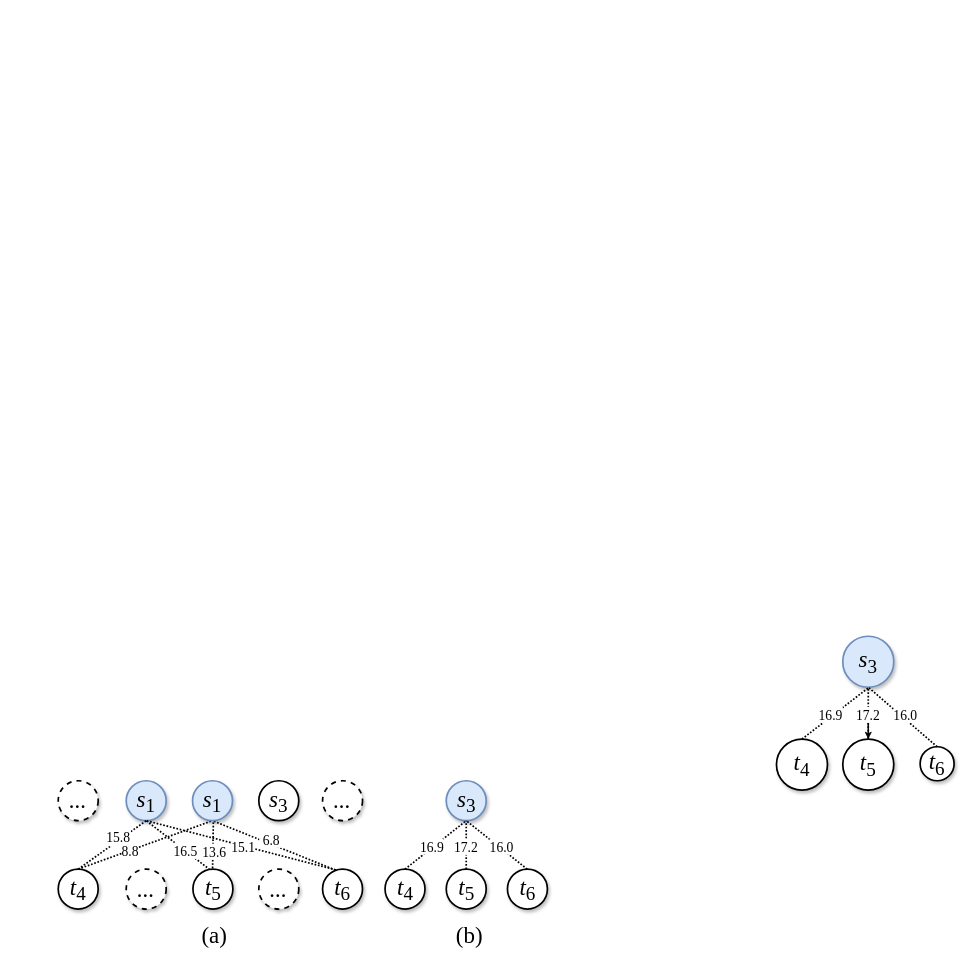
Co7in-Cheung/PCN-PyTorch keeps this draw.io diagram as page "第 2 页" (2 of 2) of 未命名绘图.drawio. Above is the earlier version. Source tidied: cells renumbered, new cells numbered last; positions are measured from the earlier drawing's top-left corner, leaving out a move shared by most shapes. Both pictures are drawn from the tidied source at 85%, with x=0, y=0 at pixel (58, 636).
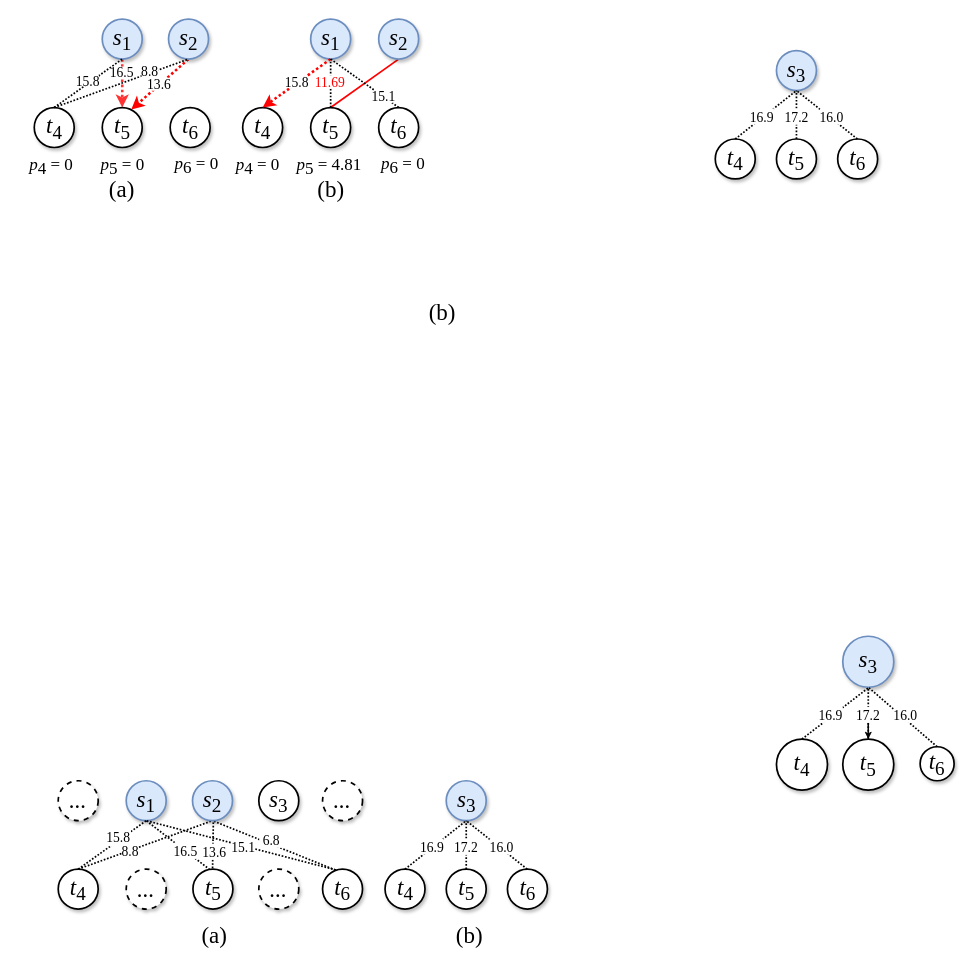
The same diagram, later.

Commit message:
更新未命名绘图.drawio

Diff of the diagram source:
```diff
@@
+    <mxCell id="49" style="endArrow=none;html=1;rounded=0;strokeWidth=2;exitX=0.5;exitY=0;exitDx=0;exitDy=0;entryX=0.5;entryY=1;entryDx=0;entryDy=0;strokeColor=#FF0000;" parent="1" edge="1" source="79" target="77">
+      <mxGeometry relative="1" as="geometry" />
+    </mxCell>
+    <mxCell id="50" style="endArrow=classic;html=1;rounded=0;exitX=0.5;exitY=1;exitDx=0;exitDy=0;entryX=0.728;entryY=0.048;entryDx=0;entryDy=0;strokeColor=#FF0000;strokeWidth=3;dashed=1;dashPattern=1 1;entryPerimeter=0;" parent="1" edge="1" source="55" target="57">
+      <mxGeometry relative="1" as="geometry" />
+    </mxCell>
+    <mxCell id="51" style="endArrow=classic;html=1;rounded=0;exitX=0.5;exitY=1;exitDx=0;exitDy=0;entryX=0.5;entryY=0;entryDx=0;entryDy=0;strokeColor=#FF3333;strokeWidth=3;dashed=1;dashPattern=1 1;" parent="1" edge="1" source="52" target="57">
+      <mxGeometry relative="1" as="geometry" />
+    </mxCell>
@@
-    <mxCell id="28" value="&lt;font style=&quot;font-size: 27px;&quot; face=&quot;Times New Roman&quot;&gt;&lt;i&gt;s&lt;/i&gt;&lt;sub&gt;1&lt;/sub&gt;&lt;/font&gt;" style="ellipse;whiteSpace=wrap;html=1;strokeWidth=2;fillColor=#dae8fc;strokeColor=#6c8ebf;shadow=1;" parent="1" vertex="1">
+    <mxCell id="28" value="&lt;font style=&quot;font-size: 27px;&quot; face=&quot;Times New Roman&quot;&gt;&lt;i&gt;s&lt;/i&gt;&lt;sub&gt;2&lt;/sub&gt;&lt;/font&gt;" style="ellipse;whiteSpace=wrap;html=1;strokeWidth=2;fillColor=#dae8fc;strokeColor=#6c8ebf;shadow=1;" parent="1" vertex="1">
       <mxGeometry x="158" y="170" width="47" height="47" as="geometry" />
     </mxCell>
@@
+    <mxCell id="52" value="&lt;font style=&quot;font-size: 27px;&quot; face=&quot;Times New Roman&quot;&gt;&lt;i&gt;s&lt;/i&gt;&lt;sub&gt;1&lt;/sub&gt;&lt;/font&gt;" style="ellipse;whiteSpace=wrap;html=1;strokeWidth=2;fillColor=#dae8fc;strokeColor=#6c8ebf;shadow=1;" parent="1" vertex="1">
+      <mxGeometry x="51.8" y="-726" width="47" height="47" as="geometry" />
+    </mxCell>
+    <mxCell id="53" value="&lt;font style=&quot;font-size: 27px;&quot; face=&quot;Times New Roman&quot;&gt;(a)&lt;/font&gt;" style="text;html=1;strokeColor=none;fillColor=#FFFFFF;align=center;verticalAlign=middle;whiteSpace=wrap;rounded=0;" parent="1" vertex="1">
+      <mxGeometry x="60.2" y="-535" width="30" height="20" as="geometry" />
+    </mxCell>
+    <mxCell id="54" value="&lt;font style=&quot;font-size: 27px;&quot; face=&quot;Times New Roman&quot;&gt;(b)&lt;/font&gt;" style="text;html=1;strokeColor=none;fillColor=#FFFFFF;align=center;verticalAlign=middle;whiteSpace=wrap;rounded=0;" parent="1" vertex="1">
+      <mxGeometry x="436.8" y="-391" width="30" height="20" as="geometry" />
+    </mxCell>
+    <mxCell id="55" value="&lt;font style=&quot;font-size: 27px;&quot; face=&quot;Times New Roman&quot;&gt;&lt;i&gt;s&lt;/i&gt;&lt;sub&gt;2&lt;/sub&gt;&lt;/font&gt;" style="ellipse;whiteSpace=wrap;html=1;strokeWidth=2;fillColor=#dae8fc;strokeColor=#6c8ebf;shadow=1;" parent="1" vertex="1">
+      <mxGeometry x="129.8" y="-726" width="47" height="47" as="geometry" />
+    </mxCell>
+    <mxCell id="56" value="&lt;font face=&quot;Times New Roman&quot;&gt;&lt;span style=&quot;font-size: 27px;&quot;&gt;&lt;i&gt;t&lt;/i&gt;&lt;sub style=&quot;&quot;&gt;4&lt;/sub&gt;&lt;/span&gt;&lt;/font&gt;" style="ellipse;whiteSpace=wrap;html=1;strokeWidth=2;shadow=1;" parent="1" vertex="1">
+      <mxGeometry x="-28.2" y="-622" width="47" height="47" as="geometry" />
+    </mxCell>
+    <mxCell id="57" value="&lt;font face=&quot;Times New Roman&quot;&gt;&lt;span style=&quot;font-size: 27px;&quot;&gt;&lt;i&gt;t&lt;/i&gt;&lt;sub style=&quot;&quot;&gt;5&lt;/sub&gt;&lt;/span&gt;&lt;/font&gt;" style="ellipse;whiteSpace=wrap;html=1;strokeWidth=2;shadow=1;" parent="1" vertex="1">
+      <mxGeometry x="51.8" y="-622" width="47" height="47" as="geometry" />
+    </mxCell>
+    <mxCell id="58" value="&lt;font face=&quot;Times New Roman&quot;&gt;&lt;span style=&quot;font-size: 27px;&quot;&gt;&lt;i&gt;t&lt;/i&gt;&lt;sub style=&quot;&quot;&gt;6&lt;/sub&gt;&lt;/span&gt;&lt;/font&gt;" style="ellipse;whiteSpace=wrap;html=1;strokeWidth=2;shadow=1;" parent="1" vertex="1">
+      <mxGeometry x="131.7" y="-622" width="47" height="47" as="geometry" />
+    </mxCell>
+    <mxCell id="59" value="&lt;font style=&quot;font-size: 27px;&quot; face=&quot;Times New Roman&quot;&gt;&lt;i&gt;s&lt;/i&gt;&lt;sub&gt;3&lt;/sub&gt;&lt;/font&gt;" style="ellipse;whiteSpace=wrap;html=1;strokeWidth=2;shadow=1;fillColor=#dae8fc;strokeColor=#6c8ebf;" parent="1" vertex="1">
+      <mxGeometry x="845" y="-689" width="47" height="47" as="geometry" />
+    </mxCell>
+    <mxCell id="60" value="&lt;font face=&quot;Times New Roman&quot;&gt;&lt;span style=&quot;font-size: 27px;&quot;&gt;&lt;i&gt;t&lt;/i&gt;&lt;sub style=&quot;&quot;&gt;4&lt;/sub&gt;&lt;/span&gt;&lt;/font&gt;" style="ellipse;whiteSpace=wrap;html=1;strokeWidth=2;shadow=1;" parent="1" vertex="1">
+      <mxGeometry x="773" y="-585" width="47" height="47" as="geometry" />
+    </mxCell>
+    <mxCell id="61" value="&lt;font face=&quot;Times New Roman&quot;&gt;&lt;span style=&quot;font-size: 27px;&quot;&gt;&lt;i&gt;t&lt;/i&gt;&lt;sub style=&quot;&quot;&gt;5&lt;/sub&gt;&lt;/span&gt;&lt;/font&gt;" style="ellipse;whiteSpace=wrap;html=1;strokeWidth=2;shadow=1;" parent="1" vertex="1">
+      <mxGeometry x="845" y="-585" width="47" height="47" as="geometry" />
+    </mxCell>
+    <mxCell id="62" value="&lt;font face=&quot;Times New Roman&quot;&gt;&lt;span style=&quot;font-size: 27px;&quot;&gt;&lt;i&gt;t&lt;/i&gt;&lt;sub style=&quot;&quot;&gt;6&lt;/sub&gt;&lt;/span&gt;&lt;/font&gt;" style="ellipse;whiteSpace=wrap;html=1;strokeWidth=2;shadow=1;" parent="1" vertex="1">
+      <mxGeometry x="917" y="-585" width="47" height="47" as="geometry" />
+    </mxCell>
+    <mxCell id="63" style="endArrow=none;html=1;rounded=0;strokeWidth=2;dashed=1;dashPattern=1 1;entryX=0.5;entryY=1;entryDx=0;entryDy=0;exitX=0.5;exitY=0;exitDx=0;exitDy=0;" parent="1" edge="1" source="60" target="59">
+      <mxGeometry relative="1" as="geometry" />
+    </mxCell>
+    <mxCell id="64" style="endArrow=none;html=1;rounded=0;strokeWidth=2;dashed=1;dashPattern=1 1;entryX=0.5;entryY=1;entryDx=0;entryDy=0;exitX=0.5;exitY=0;exitDx=0;exitDy=0;" parent="1" edge="1" source="68" target="59">
+      <mxGeometry relative="1" as="geometry" />
+    </mxCell>
+    <mxCell id="65" style="endArrow=none;html=1;rounded=0;strokeWidth=2;dashed=1;dashPattern=1 1;entryX=0.5;entryY=1;entryDx=0;entryDy=0;exitX=0.5;exitY=0;exitDx=0;exitDy=0;" parent="1" edge="1" target="59">
+      <mxGeometry relative="1" as="geometry">
+        <mxPoint x="940.2" y="-585" as="sourcePoint" />
+      </mxGeometry>
+    </mxCell>
+    <mxCell id="66" value="&lt;font style=&quot;font-size: 16px;&quot; face=&quot;Times New Roman&quot;&gt;16.9&lt;/font&gt;" style="text;html=1;strokeColor=none;fillColor=#FFFFFF;align=center;verticalAlign=middle;whiteSpace=wrap;rounded=0;" parent="1" vertex="1">
+      <mxGeometry x="814" y="-621" width="28" height="19" as="geometry" />
+    </mxCell>
+    <mxCell id="67" style="endArrow=none;html=1;rounded=0;strokeWidth=2;dashed=1;dashPattern=1 1;entryX=0.5;entryY=1;entryDx=0;entryDy=0;exitX=0.5;exitY=0;exitDx=0;exitDy=0;" parent="1" edge="1" source="61" target="68">
+      <mxGeometry relative="1" as="geometry" />
+    </mxCell>
+    <mxCell id="68" value="&lt;font style=&quot;font-size: 16px;&quot; face=&quot;Times New Roman&quot;&gt;17.2&lt;/font&gt;" style="text;html=1;strokeColor=none;fillColor=#FFFFFF;align=center;verticalAlign=middle;whiteSpace=wrap;rounded=0;" parent="1" vertex="1">
+      <mxGeometry x="854.5" y="-621" width="28" height="19" as="geometry" />
+    </mxCell>
+    <mxCell id="69" value="&lt;font style=&quot;font-size: 16px;&quot; face=&quot;Times New Roman&quot;&gt;16.0&lt;/font&gt;" style="text;html=1;strokeColor=none;fillColor=#FFFFFF;align=center;verticalAlign=middle;whiteSpace=wrap;rounded=0;" parent="1" vertex="1">
+      <mxGeometry x="896" y="-621" width="28" height="19" as="geometry" />
+    </mxCell>
+    <mxCell id="70" style="endArrow=none;html=1;rounded=0;strokeWidth=2;dashed=1;dashPattern=1 1;exitX=0.5;exitY=0;exitDx=0;exitDy=0;entryX=0.5;entryY=1;entryDx=0;entryDy=0;" parent="1" edge="1" source="56" target="52">
+      <mxGeometry relative="1" as="geometry" />
+    </mxCell>
+    <mxCell id="71" style="endArrow=none;html=1;rounded=0;strokeWidth=2;dashed=1;dashPattern=1 1;exitX=0.5;exitY=0;exitDx=0;exitDy=0;entryX=0.5;entryY=1;entryDx=0;entryDy=0;" parent="1" edge="1" source="56" target="55">
+      <mxGeometry relative="1" as="geometry" />
+    </mxCell>
+    <mxCell id="72" value="&lt;font style=&quot;font-size: 16px;&quot; face=&quot;Times New Roman&quot;&gt;15.8&lt;/font&gt;" style="text;html=1;strokeColor=none;fillColor=#FFFFFF;align=center;verticalAlign=middle;whiteSpace=wrap;rounded=0;" parent="1" vertex="1">
+      <mxGeometry x="21.8" y="-660" width="26.2" height="13" as="geometry" />
+    </mxCell>
+    <mxCell id="73" value="&lt;font style=&quot;font-size: 16px;&quot; face=&quot;Times New Roman&quot;&gt;16.5&lt;/font&gt;" style="text;html=1;strokeColor=none;fillColor=#FFFFFF;align=center;verticalAlign=middle;whiteSpace=wrap;rounded=0;" parent="1" vertex="1">
+      <mxGeometry x="65.1" y="-670" width="20.2" height="13" as="geometry" />
+    </mxCell>
+    <mxCell id="74" value="&lt;font style=&quot;font-size: 16px;&quot; face=&quot;Times New Roman&quot;&gt;8.8&lt;/font&gt;" style="text;html=1;strokeColor=none;fillColor=#FFFFFF;align=center;verticalAlign=middle;whiteSpace=wrap;rounded=0;direction=south;" parent="1" vertex="1">
+      <mxGeometry x="98" y="-671.6" width="20" height="14.1" as="geometry" />
+    </mxCell>
+    <mxCell id="75" value="&lt;font style=&quot;font-size: 16px;&quot; face=&quot;Times New Roman&quot;&gt;13.6&lt;/font&gt;" style="text;html=1;strokeColor=none;fillColor=#FFFFFF;align=center;verticalAlign=middle;whiteSpace=wrap;rounded=0;direction=south;" parent="1" vertex="1">
+      <mxGeometry x="104.2" y="-657" width="30" height="15.3" as="geometry" />
+    </mxCell>
+    <mxCell id="76" value="&lt;font style=&quot;font-size: 27px;&quot; face=&quot;Times New Roman&quot;&gt;&lt;i&gt;s&lt;/i&gt;&lt;sub&gt;1&lt;/sub&gt;&lt;/font&gt;" style="ellipse;whiteSpace=wrap;html=1;strokeWidth=2;fillColor=#dae8fc;strokeColor=#6c8ebf;shadow=1;" parent="1" vertex="1">
+      <mxGeometry x="297" y="-726" width="47" height="47" as="geometry" />
+    </mxCell>
+    <mxCell id="77" value="&lt;font style=&quot;font-size: 27px;&quot; face=&quot;Times New Roman&quot;&gt;&lt;i&gt;s&lt;/i&gt;&lt;sub&gt;2&lt;/sub&gt;&lt;/font&gt;" style="ellipse;whiteSpace=wrap;html=1;strokeWidth=2;fillColor=#dae8fc;strokeColor=#6c8ebf;shadow=1;" parent="1" vertex="1">
+      <mxGeometry x="377" y="-726" width="47" height="47" as="geometry" />
+    </mxCell>
+    <mxCell id="78" value="&lt;font face=&quot;Times New Roman&quot;&gt;&lt;span style=&quot;font-size: 27px;&quot;&gt;&lt;i&gt;t&lt;/i&gt;&lt;sub style=&quot;&quot;&gt;4&lt;/sub&gt;&lt;/span&gt;&lt;/font&gt;" style="ellipse;whiteSpace=wrap;html=1;strokeWidth=2;shadow=1;" parent="1" vertex="1">
+      <mxGeometry x="217" y="-622" width="47" height="47" as="geometry" />
+    </mxCell>
+    <mxCell id="79" value="&lt;font face=&quot;Times New Roman&quot;&gt;&lt;span style=&quot;font-size: 27px;&quot;&gt;&lt;i&gt;t&lt;/i&gt;&lt;sub style=&quot;&quot;&gt;5&lt;/sub&gt;&lt;/span&gt;&lt;/font&gt;" style="ellipse;whiteSpace=wrap;html=1;strokeWidth=2;shadow=1;" parent="1" vertex="1">
+      <mxGeometry x="297" y="-622" width="47" height="47" as="geometry" />
+    </mxCell>
+    <mxCell id="80" value="&lt;font face=&quot;Times New Roman&quot;&gt;&lt;span style=&quot;font-size: 27px;&quot;&gt;&lt;i&gt;t&lt;/i&gt;&lt;sub style=&quot;&quot;&gt;6&lt;/sub&gt;&lt;/span&gt;&lt;/font&gt;" style="ellipse;whiteSpace=wrap;html=1;strokeWidth=2;shadow=1;" parent="1" vertex="1">
+      <mxGeometry x="377" y="-622" width="47" height="47" as="geometry" />
+    </mxCell>
+    <mxCell id="81" value="&lt;font style=&quot;font-size: 20px;&quot; face=&quot;Times New Roman&quot;&gt;&lt;i style=&quot;font-size: 20px;&quot;&gt;p&lt;/i&gt;&lt;sub style=&quot;font-size: 20px;&quot;&gt;5&lt;/sub&gt; = 0&lt;/font&gt;" style="text;html=1;strokeColor=none;fillColor=#FFFFFF;align=center;verticalAlign=middle;whiteSpace=wrap;rounded=0;fontSize=20;" parent="1" vertex="1">
+      <mxGeometry x="32.5" y="-563" width="85.5" height="20" as="geometry" />
+    </mxCell>
+    <mxCell id="82" value="&lt;font style=&quot;font-size: 20px;&quot; face=&quot;Times New Roman&quot;&gt;&lt;i style=&quot;font-size: 20px;&quot;&gt;p&lt;/i&gt;&lt;sub style=&quot;font-size: 20px;&quot;&gt;4&lt;/sub&gt; = 0&lt;/font&gt;" style="text;html=1;strokeColor=none;fillColor=#FFFFFF;align=center;verticalAlign=middle;whiteSpace=wrap;rounded=0;fontSize=20;" parent="1" vertex="1">
+      <mxGeometry x="-51" y="-563" width="85.5" height="20" as="geometry" />
+    </mxCell>
+    <mxCell id="83" value="&lt;font style=&quot;font-size: 20px;&quot; face=&quot;Times New Roman&quot;&gt;&lt;i style=&quot;font-size: 20px;&quot;&gt;p&lt;/i&gt;&lt;sub style=&quot;font-size: 20px;&quot;&gt;6&lt;/sub&gt; = 0&lt;/font&gt;" style="text;html=1;strokeColor=none;fillColor=#FFFFFF;align=center;verticalAlign=middle;whiteSpace=wrap;rounded=0;fontSize=20;" parent="1" vertex="1">
+      <mxGeometry x="120" y="-564" width="85.5" height="20" as="geometry" />
+    </mxCell>
+    <mxCell id="84" value="&lt;font style=&quot;font-size: 20px;&quot; face=&quot;Times New Roman&quot;&gt;&lt;i style=&quot;font-size: 20px;&quot;&gt;p&lt;/i&gt;&lt;sub style=&quot;font-size: 20px;&quot;&gt;5&lt;/sub&gt; = 4.81&lt;/font&gt;" style="text;html=1;strokeColor=none;fillColor=#FFFFFF;align=center;verticalAlign=middle;whiteSpace=wrap;rounded=0;fontSize=20;" parent="1" vertex="1">
+      <mxGeometry x="275.8" y="-563" width="85.5" height="20" as="geometry" />
+    </mxCell>
+    <mxCell id="85" value="&lt;font style=&quot;font-size: 20px;&quot; face=&quot;Times New Roman&quot;&gt;&lt;i style=&quot;font-size: 20px;&quot;&gt;p&lt;/i&gt;&lt;sub style=&quot;font-size: 20px;&quot;&gt;4&lt;/sub&gt; = 0&lt;/font&gt;" style="text;html=1;strokeColor=none;fillColor=#FFFFFF;align=center;verticalAlign=middle;whiteSpace=wrap;rounded=0;fontSize=20;" parent="1" vertex="1">
+      <mxGeometry x="192.2" y="-563" width="85.5" height="20" as="geometry" />
+    </mxCell>
+    <mxCell id="86" value="&lt;font style=&quot;font-size: 20px;&quot; face=&quot;Times New Roman&quot;&gt;&lt;i style=&quot;font-size: 20px;&quot;&gt;p&lt;/i&gt;&lt;sub style=&quot;font-size: 20px;&quot;&gt;6&lt;/sub&gt; = 0&lt;/font&gt;" style="text;html=1;strokeColor=none;fillColor=#FFFFFF;align=center;verticalAlign=middle;whiteSpace=wrap;rounded=0;fontSize=20;" parent="1" vertex="1">
+      <mxGeometry x="363.2" y="-564" width="85.5" height="20" as="geometry" />
+    </mxCell>
+    <mxCell id="87" style="endArrow=none;html=1;rounded=0;strokeWidth=2;dashed=1;dashPattern=1 1;exitX=0.5;exitY=0;exitDx=0;exitDy=0;entryX=0.5;entryY=1;entryDx=0;entryDy=0;" parent="1" edge="1" source="80" target="76">
+      <mxGeometry relative="1" as="geometry" />
+    </mxCell>
+    <mxCell id="88" style="endArrow=classic;html=1;rounded=0;exitX=0.5;exitY=1;exitDx=0;exitDy=0;entryX=0.5;entryY=0;entryDx=0;entryDy=0;strokeColor=#FF0000;strokeWidth=3;dashed=1;dashPattern=1 1;" parent="1" edge="1" source="76" target="78">
+      <mxGeometry relative="1" as="geometry" />
+    </mxCell>
+    <mxCell id="89" value="&lt;font style=&quot;font-size: 16px;&quot; face=&quot;Times New Roman&quot;&gt;15.8&lt;/font&gt;" style="text;html=1;strokeColor=none;fillColor=#FFFFFF;align=center;verticalAlign=middle;whiteSpace=wrap;rounded=0;" parent="1" vertex="1">
+      <mxGeometry x="268" y="-659" width="26.2" height="14" as="geometry" />
+    </mxCell>
+    <mxCell id="90" style="endArrow=none;html=1;rounded=0;strokeWidth=2;dashed=1;dashPattern=1 1;exitX=0.5;exitY=0;exitDx=0;exitDy=0;entryX=0.5;entryY=1;entryDx=0;entryDy=0;" parent="1" edge="1" source="79" target="76">
+      <mxGeometry relative="1" as="geometry" />
+    </mxCell>
+    <mxCell id="91" value="&lt;font color=&quot;#ff0000&quot; style=&quot;font-size: 16px;&quot; face=&quot;Times New Roman&quot;&gt;11.69&lt;/font&gt;" style="text;html=1;strokeColor=none;fillColor=#FFFFFF;align=center;verticalAlign=middle;whiteSpace=wrap;rounded=0;" parent="1" vertex="1">
+      <mxGeometry x="309" y="-660" width="22" height="16" as="geometry" />
+    </mxCell>
+    <mxCell id="92" value="&lt;font style=&quot;font-size: 16px;&quot; face=&quot;Times New Roman&quot;&gt;15.1&lt;/font&gt;" style="text;html=1;strokeColor=none;fillColor=#FFFFFF;align=center;verticalAlign=middle;whiteSpace=wrap;rounded=0;" parent="1" vertex="1">
+      <mxGeometry x="371.5" y="-643" width="22" height="16" as="geometry" />
+    </mxCell>
+    <mxCell id="93" value="&lt;font style=&quot;font-size: 27px;&quot; face=&quot;Times New Roman&quot;&gt;(b)&lt;/font&gt;" style="text;html=1;strokeColor=none;fillColor=#FFFFFF;align=center;verticalAlign=middle;whiteSpace=wrap;rounded=0;" parent="1" vertex="1">
+      <mxGeometry x="306" y="-535" width="30" height="20" as="geometry" />
+    </mxCell>
```
